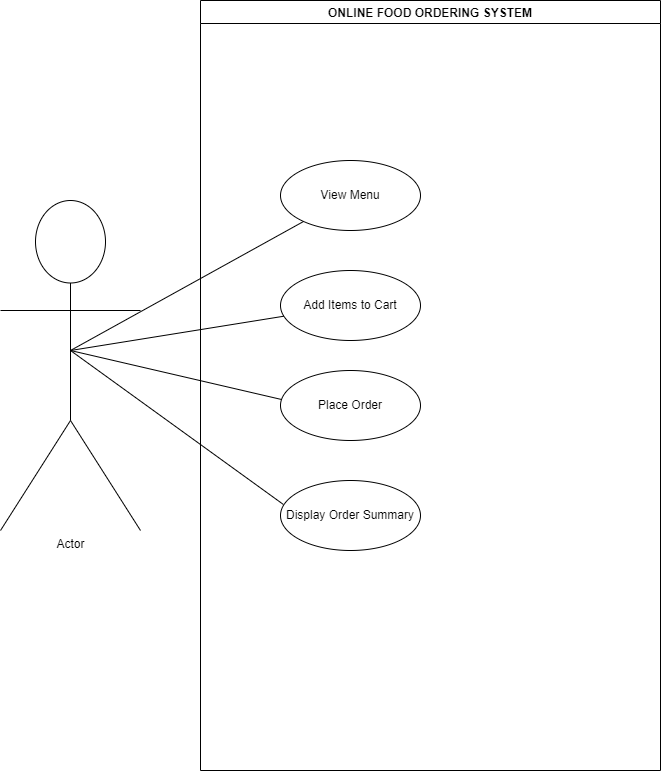
Before: docs/usecase_diagram.png, a diagram exported from draw.io (hasansirac/OnlineFoodOrdering). Source tidied: cells renumbered, new cells last; positions are measured from the earlier drawing's top-left corner, leaving out a move shared by most shapes. Source of this version:
```xml
<mxGraphModel>
  <root>
    <mxCell id="0" />
    <mxCell id="1" parent="0" />
    <mxCell id="2" value="Actor" style="shape=umlActor;verticalLabelPosition=bottom;verticalAlign=top;html=1;" parent="1" vertex="1">
      <mxGeometry y="200" width="140" height="330" as="geometry" />
    </mxCell>
    <mxCell id="3" value="ONLINE FOOD ORDERING SYSTEM" style="swimlane;" parent="1" vertex="1">
      <mxGeometry x="200" width="460" height="770" as="geometry" />
    </mxCell>
    <mxCell id="4" value="View Menu" style="ellipse;whiteSpace=wrap;html=1;" parent="3" vertex="1">
      <mxGeometry x="80" y="160" width="140" height="70" as="geometry" />
    </mxCell>
    <mxCell id="5" value="Add Items to Cart" style="ellipse;whiteSpace=wrap;html=1;" parent="3" vertex="1">
      <mxGeometry x="80" y="270" width="140" height="70" as="geometry" />
    </mxCell>
    <mxCell id="6" value="Place Order" style="ellipse;whiteSpace=wrap;html=1;" parent="3" vertex="1">
      <mxGeometry x="80" y="370" width="140" height="70" as="geometry" />
    </mxCell>
    <mxCell id="7" value="Display Order Summary" style="ellipse;whiteSpace=wrap;html=1;" parent="3" vertex="1">
      <mxGeometry x="80" y="480" width="140" height="70" as="geometry" />
    </mxCell>
    <mxCell id="8" style="endArrow=none;html=1;rounded=0;" parent="1" edge="1" target="4">
      <mxGeometry relative="1" as="geometry">
        <mxPoint x="70" y="350" as="sourcePoint" />
      </mxGeometry>
    </mxCell>
    <mxCell id="9" style="endArrow=none;html=1;rounded=0;" parent="1" edge="1" target="5">
      <mxGeometry relative="1" as="geometry">
        <mxPoint x="70" y="350" as="sourcePoint" />
      </mxGeometry>
    </mxCell>
    <mxCell id="10" style="endArrow=none;html=1;rounded=0;entryX=0.007;entryY=0.414;entryDx=0;entryDy=0;entryPerimeter=0;" parent="1" edge="1" target="6">
      <mxGeometry relative="1" as="geometry">
        <mxPoint x="70" y="350" as="sourcePoint" />
      </mxGeometry>
    </mxCell>
    <mxCell id="11" style="endArrow=none;html=1;rounded=0;entryX=0.021;entryY=0.343;entryDx=0;entryDy=0;entryPerimeter=0;" parent="1" edge="1" target="7">
      <mxGeometry relative="1" as="geometry">
        <mxPoint x="70" y="350" as="sourcePoint" />
      </mxGeometry>
    </mxCell>
  </root>
</mxGraphModel>
```
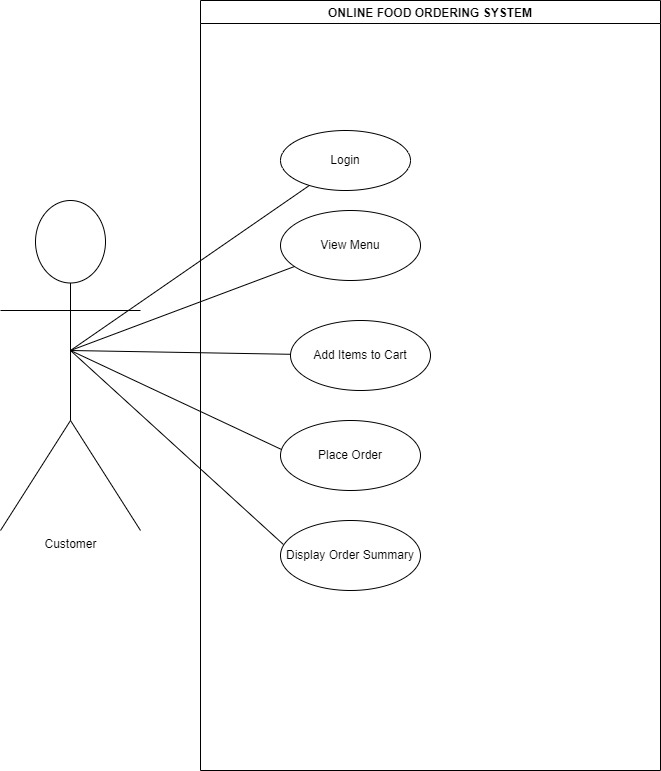
The same file after the commit.

The edit, as a diff of the source:
```diff
@@ -2,24 +2,27 @@
   <root>
     <mxCell id="0" />
     <mxCell id="1" parent="0" />
-    <mxCell id="2" value="Actor" style="shape=umlActor;verticalLabelPosition=bottom;verticalAlign=top;html=1;" parent="1" vertex="1">
+    <mxCell id="2" value="Customer" style="shape=umlActor;verticalLabelPosition=bottom;verticalAlign=top;html=1;" parent="1" vertex="1">
       <mxGeometry y="200" width="140" height="330" as="geometry" />
     </mxCell>
     <mxCell id="3" value="ONLINE FOOD ORDERING SYSTEM" style="swimlane;" parent="1" vertex="1">
       <mxGeometry x="200" width="460" height="770" as="geometry" />
     </mxCell>
     <mxCell id="4" value="View Menu" style="ellipse;whiteSpace=wrap;html=1;" parent="3" vertex="1">
-      <mxGeometry x="80" y="160" width="140" height="70" as="geometry" />
+      <mxGeometry x="80" y="210" width="140" height="70" as="geometry" />
     </mxCell>
     <mxCell id="5" value="Add Items to Cart" style="ellipse;whiteSpace=wrap;html=1;" parent="3" vertex="1">
-      <mxGeometry x="80" y="270" width="140" height="70" as="geometry" />
+      <mxGeometry x="90" y="320" width="140" height="70" as="geometry" />
     </mxCell>
     <mxCell id="6" value="Place Order" style="ellipse;whiteSpace=wrap;html=1;" parent="3" vertex="1">
-      <mxGeometry x="80" y="370" width="140" height="70" as="geometry" />
+      <mxGeometry x="80" y="420" width="140" height="70" as="geometry" />
     </mxCell>
     <mxCell id="7" value="Display Order Summary" style="ellipse;whiteSpace=wrap;html=1;" parent="3" vertex="1">
-      <mxGeometry x="80" y="480" width="140" height="70" as="geometry" />
+      <mxGeometry x="80" y="520" width="140" height="70" as="geometry" />
     </mxCell>
+    <mxCell id="12" value="Login" style="ellipse;whiteSpace=wrap;html=1;" parent="3" vertex="1">
+      <mxGeometry x="80" y="130" width="130" height="60" as="geometry" />
+    </mxCell>
     <mxCell id="8" style="endArrow=none;html=1;rounded=0;" parent="1" edge="1" target="4">
       <mxGeometry relative="1" as="geometry">
         <mxPoint x="70" y="350" as="sourcePoint" />
@@ -40,5 +43,10 @@
         <mxPoint x="70" y="350" as="sourcePoint" />
       </mxGeometry>
     </mxCell>
+    <mxCell id="13" style="endArrow=none;html=1;rounded=0;" parent="1" edge="1" target="12">
+      <mxGeometry relative="1" as="geometry">
+        <mxPoint x="70" y="350" as="sourcePoint" />
+      </mxGeometry>
+    </mxCell>
   </root>
 </mxGraphModel>
```
